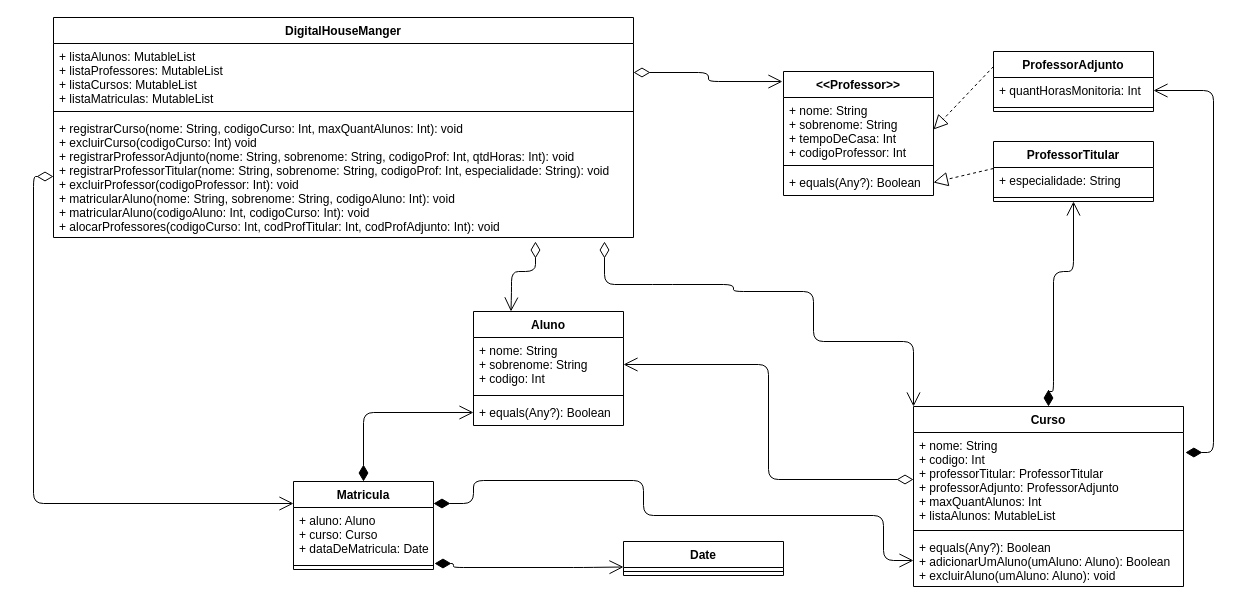
This is UML-Desafio.drawio from GustavoSantos25/DesafioM-duloKotlin, a draw.io file, before an edit. Source tidied: cells renumbered, new cells numbered last; positions are measured from the earlier drawing's top-left corner, leaving out a move shared by most shapes. Both pictures are drawn from the tidied source at 100%, with x=0, y=0 at pixel (33, 17).
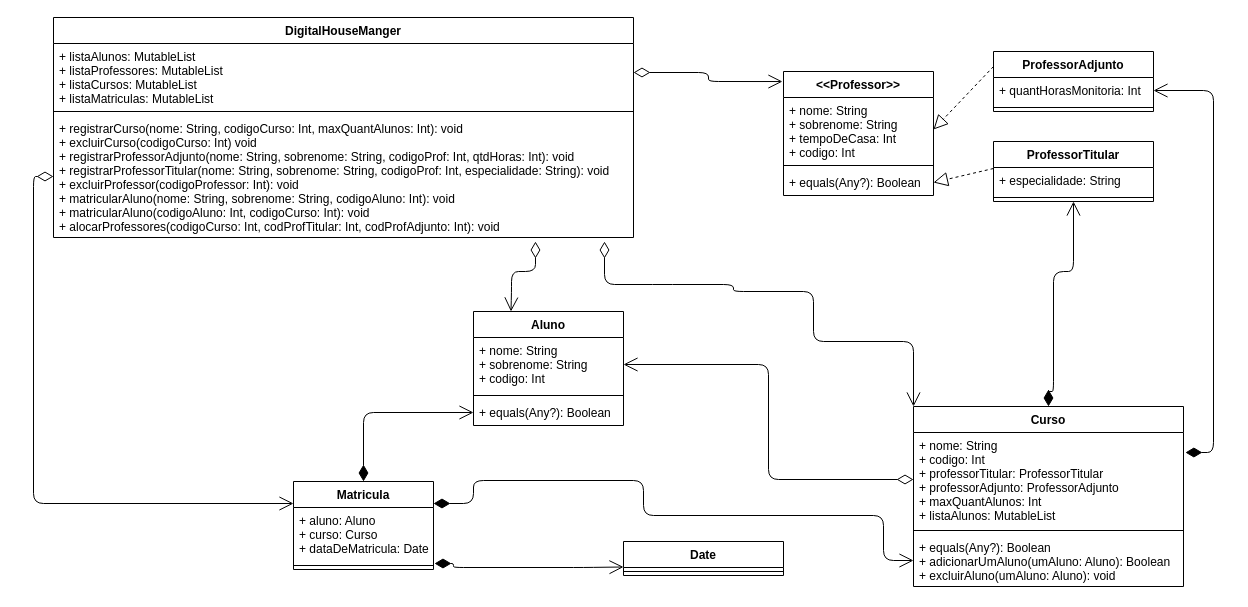
Above is the later version.

Commit message (it also covers changes not shown here):
Parte C - implementando classe Professor

The change refers to these unchanged cells:
```xml
<mxCell id="37" value="&lt;&lt;Professor&gt;&gt;" style="swimlane;fontStyle=1;align=center;verticalAlign=top;horizontal=1;startSize=26;" parent="1" vertex="1">
  <mxGeometry x="750" y="54" width="150" height="124" as="geometry" />
</mxCell>
```

The edit, as a diff of the source:
```diff
@@
-    <mxCell id="38" value="+ nome: String&#10;+ sobrenome: String&#10;+ tempoDeCasa: Int&#10;+ codigoProfessor: Int" style="text;strokeColor=none;fillColor=none;align=left;verticalAlign=top;spacingLeft=4;spacingRight=4;overflow=hidden;points=[[0,0.5],[1,0.5]];portConstraint=eastwest;" parent="37" vertex="1">
+    <mxCell id="38" value="+ nome: String&#10;+ sobrenome: String&#10;+ tempoDeCasa: Int&#10;+ codigo: Int" style="text;strokeColor=none;fillColor=none;align=left;verticalAlign=top;spacingLeft=4;spacingRight=4;overflow=hidden;points=[[0,0.5],[1,0.5]];portConstraint=eastwest;" parent="37" vertex="1">
       <mxGeometry y="26" width="150" height="64" as="geometry" />
     </mxCell>
```
